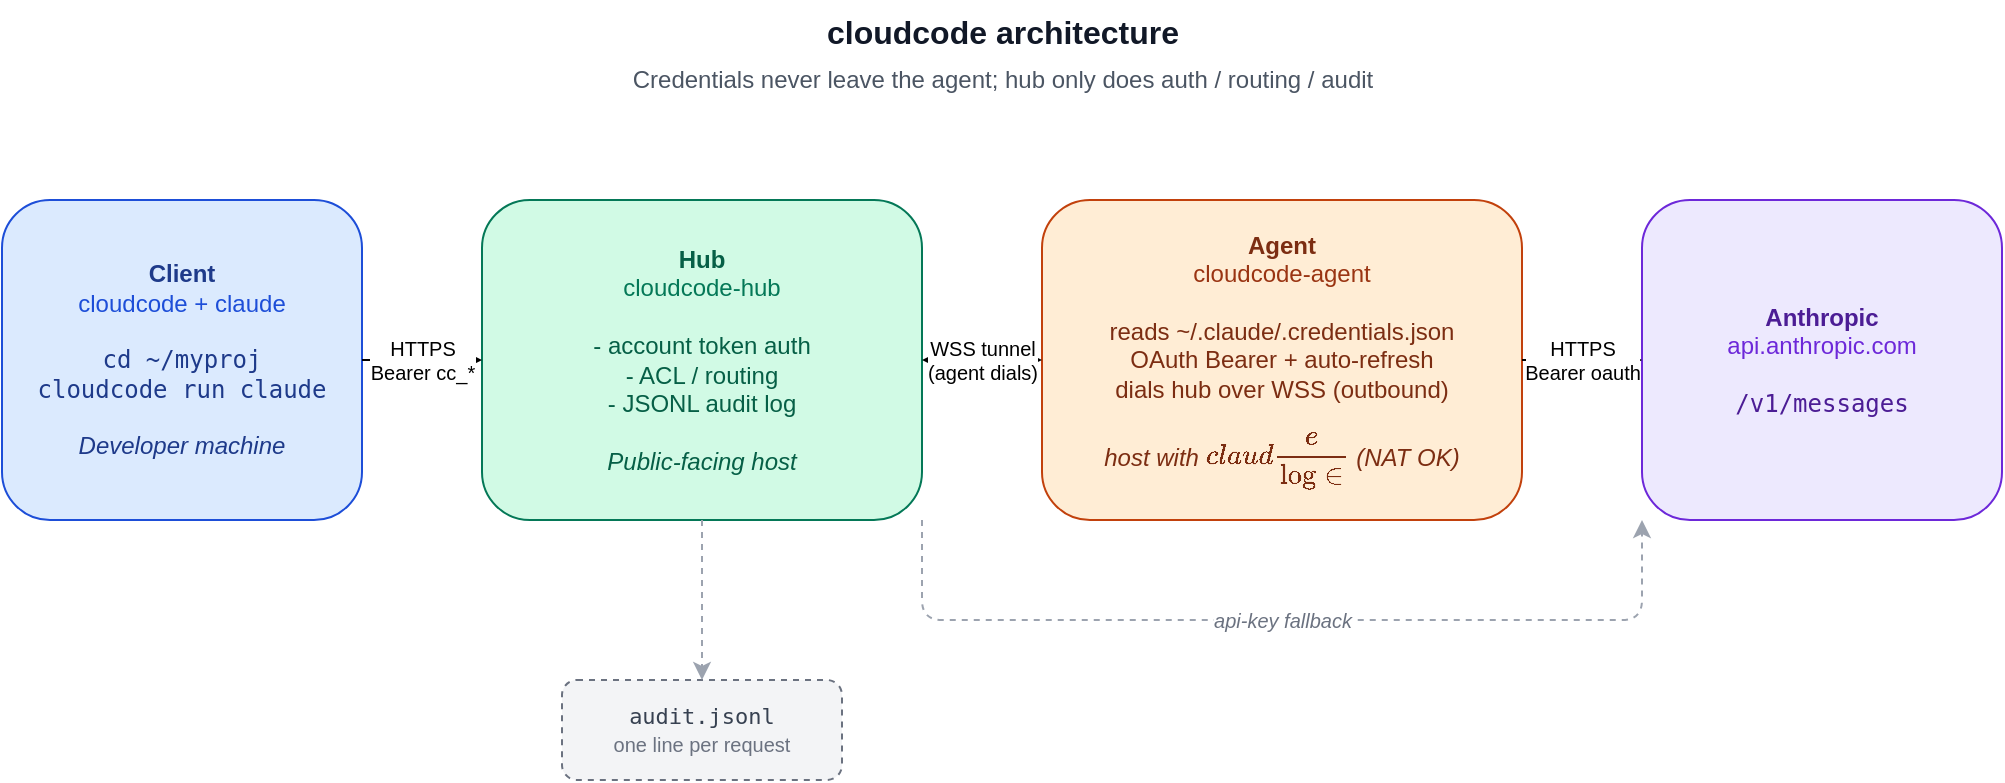
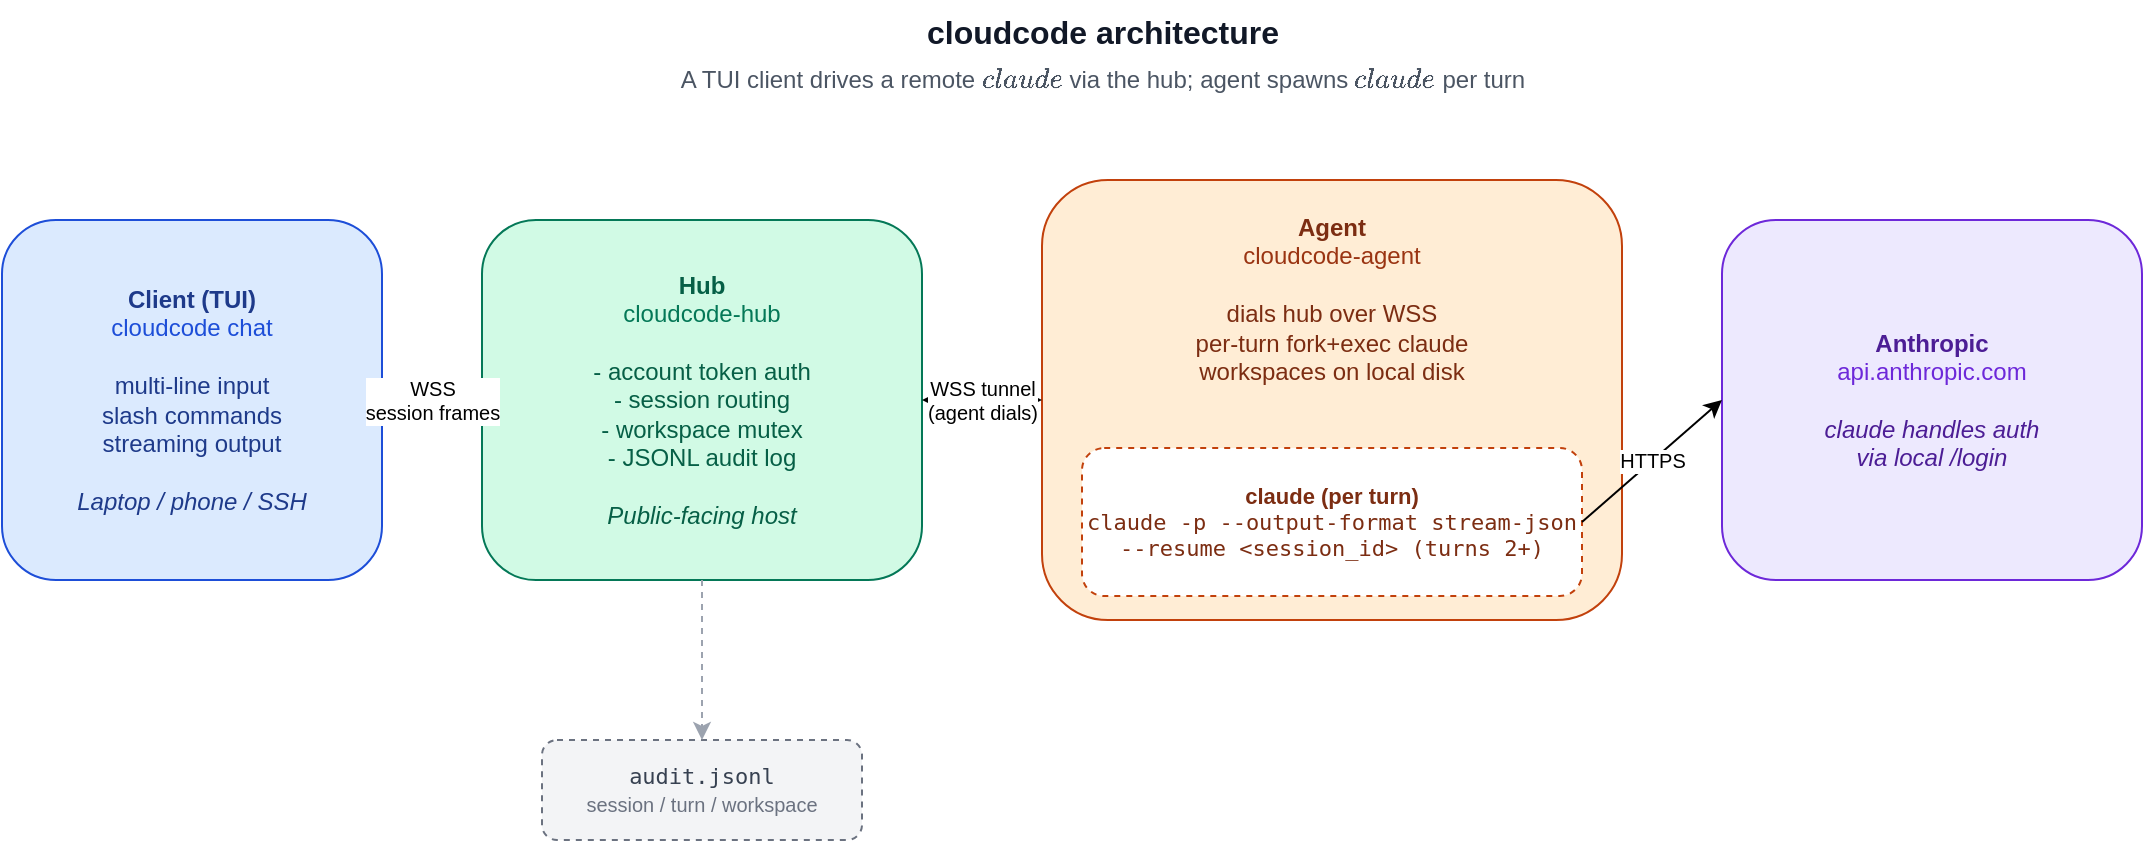
<?xml version="1.0" encoding="UTF-8"?>
<mxfile host="app.diagrams.net" agent="cloudcode" version="24.0.0">
  <diagram name="cloudcode" id="arch1">
-     <mxGraphModel dx="1200" dy="700" grid="1" gridSize="10" guides="1" tooltips="1" connect="1" arrows="1" fold="1" page="1" pageScale="1" pageWidth="1100" pageHeight="520" math="0" shadow="0">
+     <mxGraphModel dx="1200" dy="700" grid="1" gridSize="10" guides="1" tooltips="1" connect="1" arrows="1" fold="1" page="1" pageScale="1" pageWidth="1180" pageHeight="520" math="0" shadow="0">
      <root>
        <mxCell id="0"/>
        <mxCell id="1" parent="0"/>

        <mxCell id="title" value="cloudcode architecture" style="text;html=1;align=center;fontSize=16;fontStyle=1;fontColor=#111827;" vertex="1" parent="1">
-           <mxGeometry x="240" y="10" width="600" height="26" as="geometry"/>
+           <mxGeometry x="240" y="10" width="700" height="26" as="geometry"/>
        </mxCell>
-         <mxCell id="subtitle" value="Credentials never leave the agent; hub only does auth / routing / audit" style="text;html=1;align=center;fontSize=12;fontColor=#4b5563;" vertex="1" parent="1">
-           <mxGeometry x="240" y="36" width="600" height="20" as="geometry"/>
+         <mxCell id="subtitle" value="A TUI client drives a remote `claude` via the hub; agent spawns `claude` per turn" style="text;html=1;align=center;fontSize=12;fontColor=#4b5563;" vertex="1" parent="1">
+           <mxGeometry x="180" y="36" width="820" height="20" as="geometry"/>
        </mxCell>

-         <mxCell id="client" value="&lt;b&gt;Client&lt;/b&gt;&#xa;&lt;font color=&quot;#1d4ed8&quot;&gt;cloudcode + claude&lt;/font&gt;&#xa;&#xa;&lt;tt&gt;cd ~/myproj&lt;/tt&gt;&#xa;&lt;tt&gt;cloudcode run claude&lt;/tt&gt;&#xa;&#xa;&lt;i&gt;Developer machine&lt;/i&gt;" style="rounded=1;whiteSpace=wrap;html=1;fillColor=#dbeafe;strokeColor=#1d4ed8;align=center;verticalAlign=middle;fontColor=#1e3a8a;fontSize=12;" vertex="1" parent="1">
-           <mxGeometry x="40" y="110" width="180" height="160" as="geometry"/>
+         <mxCell id="client" value="&lt;b&gt;Client (TUI)&lt;/b&gt;&#xa;&lt;font color=&quot;#1d4ed8&quot;&gt;cloudcode chat&lt;/font&gt;&#xa;&#xa;multi-line input&#xa;slash commands&#xa;streaming output&#xa;&#xa;&lt;i&gt;Laptop / phone / SSH&lt;/i&gt;" style="rounded=1;whiteSpace=wrap;html=1;fillColor=#dbeafe;strokeColor=#1d4ed8;align=center;verticalAlign=middle;fontColor=#1e3a8a;fontSize=12;" vertex="1" parent="1">
+           <mxGeometry x="40" y="120" width="190" height="180" as="geometry"/>
        </mxCell>

-         <mxCell id="hub" value="&lt;b&gt;Hub&lt;/b&gt;&#xa;&lt;font color=&quot;#047857&quot;&gt;cloudcode-hub&lt;/font&gt;&#xa;&#xa;- account token auth&#xa;- ACL / routing&#xa;- JSONL audit log&#xa;&#xa;&lt;i&gt;Public-facing host&lt;/i&gt;" style="rounded=1;whiteSpace=wrap;html=1;fillColor=#d1fae5;strokeColor=#047857;align=center;verticalAlign=middle;fontColor=#065f46;fontSize=12;" vertex="1" parent="1">
-           <mxGeometry x="280" y="110" width="220" height="160" as="geometry"/>
+         <mxCell id="hub" value="&lt;b&gt;Hub&lt;/b&gt;&#xa;&lt;font color=&quot;#047857&quot;&gt;cloudcode-hub&lt;/font&gt;&#xa;&#xa;- account token auth&#xa;- session routing&#xa;- workspace mutex&#xa;- JSONL audit log&#xa;&#xa;&lt;i&gt;Public-facing host&lt;/i&gt;" style="rounded=1;whiteSpace=wrap;html=1;fillColor=#d1fae5;strokeColor=#047857;align=center;verticalAlign=middle;fontColor=#065f46;fontSize=12;" vertex="1" parent="1">
+           <mxGeometry x="280" y="120" width="220" height="180" as="geometry"/>
        </mxCell>

-         <mxCell id="agent" value="&lt;b&gt;Agent&lt;/b&gt;&#xa;&lt;font color=&quot;#9a3412&quot;&gt;cloudcode-agent&lt;/font&gt;&#xa;&#xa;reads ~/.claude/.credentials.json&#xa;OAuth Bearer + auto-refresh&#xa;dials hub over WSS (outbound)&#xa;&#xa;&lt;i&gt;host with `claude /login` (NAT OK)&lt;/i&gt;" style="rounded=1;whiteSpace=wrap;html=1;fillColor=#ffedd5;strokeColor=#c2410c;align=center;verticalAlign=middle;fontColor=#7c2d12;fontSize=12;" vertex="1" parent="1">
-           <mxGeometry x="560" y="110" width="240" height="160" as="geometry"/>
+         <mxCell id="agent" value="&lt;b&gt;Agent&lt;/b&gt;&#xa;&lt;font color=&quot;#9a3412&quot;&gt;cloudcode-agent&lt;/font&gt;&#xa;&#xa;dials hub over WSS&#xa;per-turn fork+exec claude&#xa;workspaces on local disk" style="rounded=1;whiteSpace=wrap;html=1;fillColor=#ffedd5;strokeColor=#c2410c;align=center;verticalAlign=top;fontColor=#7c2d12;fontSize=12;spacingTop=10;" vertex="1" parent="1">
+           <mxGeometry x="560" y="100" width="290" height="220" as="geometry"/>
+         </mxCell>
+         <mxCell id="subproc" value="&lt;b&gt;claude (per turn)&lt;/b&gt;&#xa;&lt;tt&gt;claude -p --output-format stream-json&lt;/tt&gt;&#xa;&lt;tt&gt;--resume &amp;lt;session_id&amp;gt; (turns 2+)&lt;/tt&gt;" style="rounded=1;whiteSpace=wrap;html=1;fillColor=#fff;strokeColor=#c2410c;dashed=1;align=center;verticalAlign=middle;fontColor=#7c2d12;fontSize=11;" vertex="1" parent="1">
+           <mxGeometry x="580" y="234" width="250" height="74" as="geometry"/>
        </mxCell>

-         <mxCell id="anthropic" value="&lt;b&gt;Anthropic&lt;/b&gt;&#xa;&lt;font color=&quot;#6d28d9&quot;&gt;api.anthropic.com&lt;/font&gt;&#xa;&#xa;&lt;tt&gt;/v1/messages&lt;/tt&gt;" style="rounded=1;whiteSpace=wrap;html=1;fillColor=#ede9fe;strokeColor=#6d28d9;align=center;verticalAlign=middle;fontColor=#4c1d95;fontSize=12;" vertex="1" parent="1">
-           <mxGeometry x="860" y="110" width="180" height="160" as="geometry"/>
+         <mxCell id="anthropic" value="&lt;b&gt;Anthropic&lt;/b&gt;&#xa;&lt;font color=&quot;#6d28d9&quot;&gt;api.anthropic.com&lt;/font&gt;&#xa;&#xa;&lt;i&gt;claude handles auth&lt;/i&gt;&#xa;&lt;i&gt;via local /login&lt;/i&gt;" style="rounded=1;whiteSpace=wrap;html=1;fillColor=#ede9fe;strokeColor=#6d28d9;align=center;verticalAlign=middle;fontColor=#4c1d95;fontSize=12;" vertex="1" parent="1">
+           <mxGeometry x="900" y="120" width="210" height="180" as="geometry"/>
        </mxCell>

-         <mxCell id="audit" value="&lt;tt&gt;audit.jsonl&lt;/tt&gt;&#xa;&lt;font color=&quot;#6b7280&quot; size=&quot;1&quot;&gt;one line per request&lt;/font&gt;" style="rounded=1;whiteSpace=wrap;html=1;fillColor=#f3f4f6;strokeColor=#6b7280;dashed=1;align=center;verticalAlign=middle;fontColor=#374151;fontSize=11;" vertex="1" parent="1">
-           <mxGeometry x="320" y="350" width="140" height="50" as="geometry"/>
+         <mxCell id="audit" value="&lt;tt&gt;audit.jsonl&lt;/tt&gt;&#xa;&lt;font color=&quot;#6b7280&quot; size=&quot;1&quot;&gt;session / turn / workspace&lt;/font&gt;" style="rounded=1;whiteSpace=wrap;html=1;fillColor=#f3f4f6;strokeColor=#6b7280;dashed=1;align=center;verticalAlign=middle;fontColor=#374151;fontSize=11;" vertex="1" parent="1">
+           <mxGeometry x="310" y="380" width="160" height="50" as="geometry"/>
        </mxCell>

-         <mxCell id="e1" value="HTTPS&#xa;Bearer cc_*" style="endArrow=classic;html=1;exitX=1;exitY=0.5;entryX=0;entryY=0.5;fontSize=10;" edge="1" parent="1" source="client" target="hub">
+         <mxCell id="e1" value="WSS&#xa;session frames" style="startArrow=classic;endArrow=classic;html=1;exitX=1;exitY=0.5;entryX=0;entryY=0.5;fontSize=10;strokeWidth=2;" edge="1" parent="1" source="client" target="hub">
          <mxGeometry relative="1" as="geometry"/>
        </mxCell>
        <mxCell id="e2" value="WSS tunnel&#xa;(agent dials)" style="startArrow=classic;endArrow=classic;html=1;exitX=1;exitY=0.5;entryX=0;entryY=0.5;fontSize=10;strokeWidth=2;" edge="1" parent="1" source="hub" target="agent">
          <mxGeometry relative="1" as="geometry"/>
        </mxCell>
-         <mxCell id="e3" value="HTTPS&#xa;Bearer oauth" style="endArrow=classic;html=1;exitX=1;exitY=0.5;entryX=0;entryY=0.5;fontSize=10;" edge="1" parent="1" source="agent" target="anthropic">
+         <mxCell id="e3" value="HTTPS" style="endArrow=classic;html=1;exitX=1;exitY=0.5;entryX=0;entryY=0.5;fontSize=10;" edge="1" parent="1" source="subproc" target="anthropic">
          <mxGeometry relative="1" as="geometry"/>
        </mxCell>
        <mxCell id="e4" value="" style="endArrow=classic;html=1;exitX=0.5;exitY=1;entryX=0.5;entryY=0;dashed=1;strokeColor=#9ca3af;" edge="1" parent="1" source="hub" target="audit">
          <mxGeometry relative="1" as="geometry"/>
        </mxCell>
-         <mxCell id="e5" value="api-key fallback" style="edgeStyle=orthogonalEdgeStyle;rounded=1;html=1;exitX=1;exitY=1;entryX=0;entryY=1;endArrow=classic;dashed=1;strokeColor=#9ca3af;fontStyle=2;fontColor=#6b7280;fontSize=10;" edge="1" parent="1" source="hub" target="anthropic">
-           <mxGeometry relative="1" as="geometry">
-             <Array as="points">
-               <mxPoint x="500" y="320"/>
-               <mxPoint x="860" y="320"/>
-             </Array>
-           </mxGeometry>
-         </mxCell>
      </root>
    </mxGraphModel>
  </diagram>
</mxfile>
